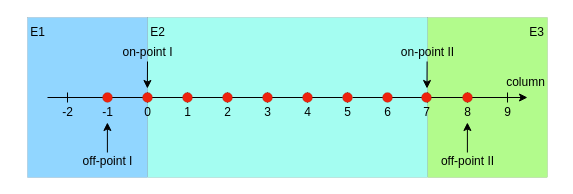
Above: page "column_points" (5 of 6) of assignments/diagrams/boundary_value_analysis.drawio in paulinho-16/MEIC-TVVS (draw.io), before the change. Source tidied: cells renumbered, new cells numbered last; positions are measured from the earlier drawing's top-left corner, leaving out a move shared by most shapes. Both pictures are drawn from the tidied source at 100%, with x=0, y=0 at pixel (17, 17).
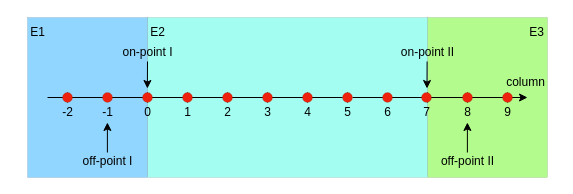
The same page after the edit.

Diff of the diagram source:
```diff
@@
+    <mxCell id="55" style="ellipse;whiteSpace=wrap;html=1;rounded=0;strokeColor=default;strokeWidth=0;fontFamily=Helvetica;fontSize=12;fontColor=default;fillColor=#ee220c;" parent="1" vertex="1">
+      <mxGeometry x="45" y="75" width="10" height="10" as="geometry" />
+    </mxCell>
+    <mxCell id="56" style="ellipse;whiteSpace=wrap;html=1;rounded=0;strokeColor=default;strokeWidth=0;fontFamily=Helvetica;fontSize=12;fontColor=default;fillColor=#ee220c;" parent="1" vertex="1">
+      <mxGeometry x="485" y="75" width="10" height="10" as="geometry" />
+    </mxCell>
```
